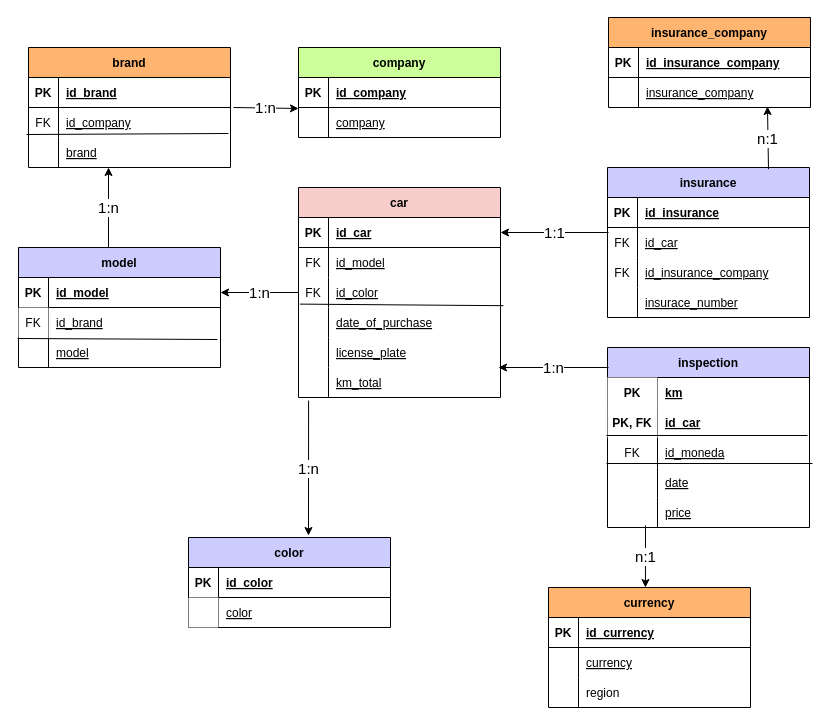
This is diagrama.drawio from CGraciolli/Normalized-ER-Model-And-SQL-Query, a draw.io file, before an edit. Source tidied: cells renumbered, new cells numbered last; positions are measured from the earlier drawing's top-left corner, leaving out a move shared by most shapes. Both pictures are drawn from the tidied source at 100%, with x=0, y=0 at pixel (18, 17).
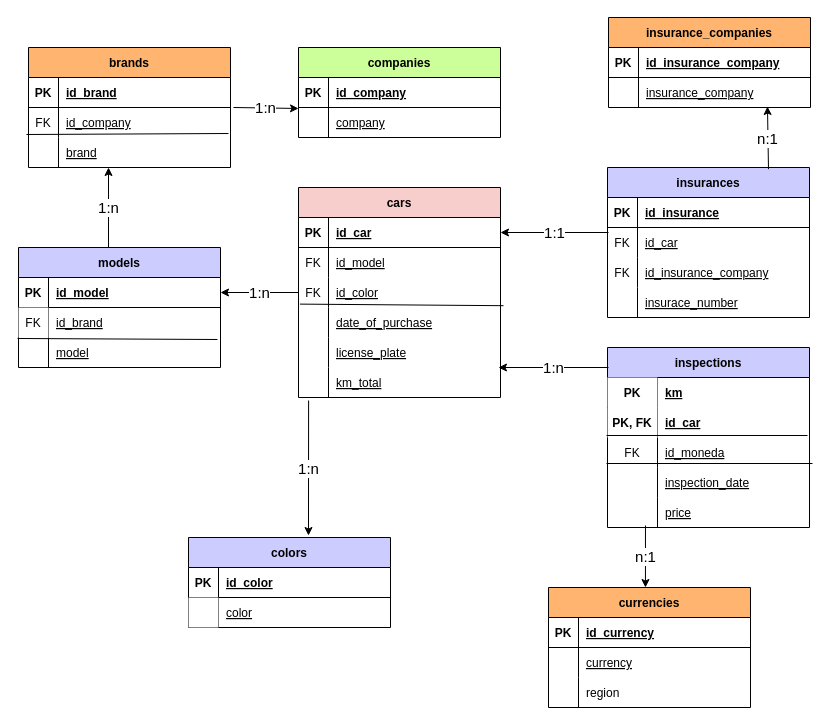
The same diagram, later.

Unchanged cells that the change refers to:
```xml
<mxCell id="57" style="shape=partialRectangle;fillColor=none;top=0;left=0;right=0;bottom=0;" parent="47" vertex="1">
  <mxGeometry y="120" width="202" height="30" as="geometry" />
</mxCell>
```

Change to the diagram source:
```diff
@@
-    <mxCell id="2" value="car" style="shape=table;startSize=30;childLayout=tableLayout;rowLines=0;fontStyle=1;align=center;fillColor=#f8cecc;strokeColor=#000000;" parent="1" vertex="1">
+    <mxCell id="2" value="cars" style="shape=table;startSize=30;childLayout=tableLayout;rowLines=0;fontStyle=1;align=center;fillColor=#f8cecc;strokeColor=#000000;" parent="1" vertex="1">
       <mxGeometry x="280" y="170" width="202" height="210" as="geometry" />
     </mxCell>
@@
-    <mxCell id="22" value="model" style="shape=table;startSize=30;childLayout=tableLayout;rowLines=0;fontStyle=1;align=center;fillColor=#CCCCFF;strokeColor=#000000;" parent="1" vertex="1">
+    <mxCell id="22" value="models" style="shape=table;startSize=30;childLayout=tableLayout;rowLines=0;fontStyle=1;align=center;fillColor=#CCCCFF;strokeColor=#000000;" parent="1" vertex="1">
       <mxGeometry y="230" width="202" height="120" as="geometry" />
     </mxCell>
@@
-    <mxCell id="33" value="insurance" style="shape=table;startSize=30;childLayout=tableLayout;rowLines=0;fontStyle=1;align=center;fillColor=#CCCCFF;strokeColor=#000000;" parent="1" vertex="1">
+    <mxCell id="33" value="insurances" style="shape=table;startSize=30;childLayout=tableLayout;rowLines=0;fontStyle=1;align=center;fillColor=#CCCCFF;strokeColor=#000000;" parent="1" vertex="1">
       <mxGeometry x="589" y="150" width="202" height="150" as="geometry" />
     </mxCell>
@@
-    <mxCell id="47" value="inspection" style="shape=table;startSize=30;childLayout=tableLayout;rowLines=0;fontStyle=1;align=center;fillColor=#CCCCFF;strokeColor=#000000;" parent="1" vertex="1">
+    <mxCell id="47" value="inspections" style="shape=table;startSize=30;childLayout=tableLayout;rowLines=0;fontStyle=1;align=center;fillColor=#CCCCFF;strokeColor=#000000;" parent="1" vertex="1">
       <mxGeometry x="589" y="330" width="202" height="180" as="geometry" />
     </mxCell>
@@
-    <mxCell id="59" value="date" style="shape=partialRectangle;overflow=hidden;fillColor=none;top=0;left=0;bottom=0;right=0;align=left;spacingLeft=6;fontStyle=4;" parent="57" vertex="1">
+    <mxCell id="59" value="inspection_date" style="shape=partialRectangle;overflow=hidden;fillColor=none;top=0;left=0;bottom=0;right=0;align=left;spacingLeft=6;fontStyle=4;" parent="57" vertex="1">
       <mxGeometry x="50" width="152" height="30" as="geometry" />
     </mxCell>
@@
-    <mxCell id="66" value="currency" style="shape=table;startSize=30;childLayout=tableLayout;rowLines=0;fontStyle=1;align=center;fillColor=#FFB570;strokeColor=#000000;" parent="1" vertex="1">
+    <mxCell id="66" value="currencies" style="shape=table;startSize=30;childLayout=tableLayout;rowLines=0;fontStyle=1;align=center;fillColor=#FFB570;strokeColor=#000000;" parent="1" vertex="1">
       <mxGeometry x="530" y="570" width="202" height="120" as="geometry" />
     </mxCell>
@@
-    <mxCell id="77" value="color" style="shape=table;startSize=30;childLayout=tableLayout;rowLines=0;fontStyle=1;align=center;fillColor=#CCCCFF;strokeColor=#000000;" parent="1" vertex="1">
+    <mxCell id="77" value="colors" style="shape=table;startSize=30;childLayout=tableLayout;rowLines=0;fontStyle=1;align=center;fillColor=#CCCCFF;strokeColor=#000000;" parent="1" vertex="1">
       <mxGeometry x="170" y="520" width="202" height="90" as="geometry" />
     </mxCell>
@@
-    <mxCell id="85" value="insurance_company" style="shape=table;startSize=30;childLayout=tableLayout;rowLines=0;fontStyle=1;align=center;fillColor=#FFB570;strokeColor=#000000;" parent="1" vertex="1">
+    <mxCell id="85" value="insurance_companies" style="shape=table;startSize=30;childLayout=tableLayout;rowLines=0;fontStyle=1;align=center;fillColor=#FFB570;strokeColor=#000000;" parent="1" vertex="1">
       <mxGeometry x="590" width="202" height="90" as="geometry" />
     </mxCell>
@@
-    <mxCell id="93" value="brand" style="shape=table;startSize=30;childLayout=tableLayout;rowLines=0;fontStyle=1;align=center;fillColor=#FFB570;strokeColor=#000000;" parent="1" vertex="1">
+    <mxCell id="93" value="brands" style="shape=table;startSize=30;childLayout=tableLayout;rowLines=0;fontStyle=1;align=center;fillColor=#FFB570;strokeColor=#000000;" parent="1" vertex="1">
       <mxGeometry x="10" y="30" width="202" height="120" as="geometry" />
     </mxCell>
@@
-    <mxCell id="105" value="company" style="shape=table;startSize=30;childLayout=tableLayout;rowLines=0;fontStyle=1;align=center;fillColor=#CCFF99;strokeColor=#000000;" parent="1" vertex="1">
+    <mxCell id="105" value="companies" style="shape=table;startSize=30;childLayout=tableLayout;rowLines=0;fontStyle=1;align=center;fillColor=#CCFF99;strokeColor=#000000;" parent="1" vertex="1">
       <mxGeometry x="280" y="30" width="202" height="90" as="geometry" />
     </mxCell>
```
